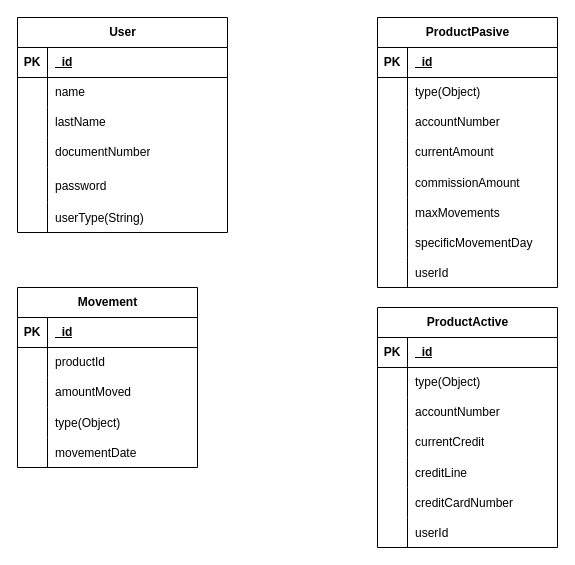
Above: Diagrama de base de datos.drawio in Bootcamp49/Diagrams (draw.io), before the change. Source tidied: cells renumbered, new cells numbered last; positions are measured from the earlier drawing's top-left corner, leaving out a move shared by most shapes. Both pictures are drawn from the tidied source at 100%, with x=0, y=0 at pixel (17, 17).
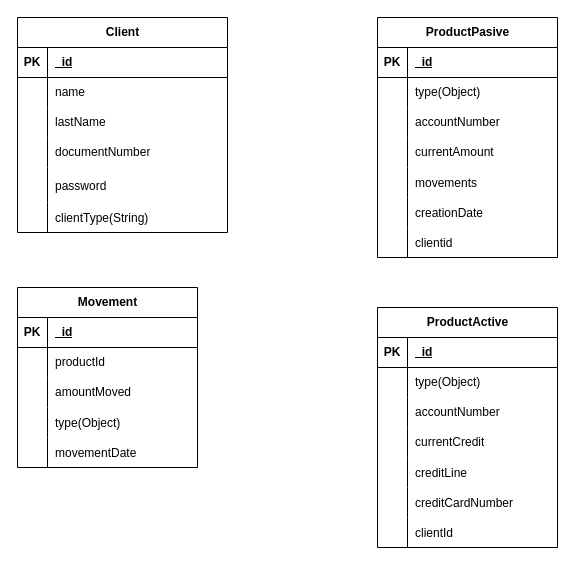
After the change.

Commit message (it also covers changes not shown here):
Updated field in DB diagram

The change refers to these unchanged cells:
```xml
<mxCell id="46" style="shape=tableRow;horizontal=0;startSize=0;swimlaneHead=0;swimlaneBody=0;fillColor=none;top=0;left=0;right=0;bottom=0;" parent="27" vertex="1">
  <mxGeometry y="210" width="180" height="30" as="geometry" />
</mxCell>
<mxCell id="65" style="shape=tableRow;horizontal=0;startSize=0;swimlaneHead=0;swimlaneBody=0;fillColor=none;top=0;left=0;right=0;bottom=0;" parent="49" vertex="1">
  <mxGeometry y="185" width="210" height="30" as="geometry" />
</mxCell>
```

Diff of the diagram source:
```diff
@@
     <mxCell id="2" value="ProductPasive" style="shape=table;startSize=30;childLayout=tableLayout;rowLines=0;fontStyle=1;align=center;html=1;" parent="1" vertex="1">
-      <mxGeometry x="360" width="180" height="270" as="geometry" />
+      <mxGeometry x="360" width="180" height="240" as="geometry" />
     </mxCell>
@@
-    <mxCell id="15" style="shape=tableRow;horizontal=0;startSize=0;swimlaneHead=0;swimlaneBody=0;fillColor=none;top=0;left=0;right=0;bottom=0;" parent="2" vertex="1">
-      <mxGeometry y="150" width="180" height="30" as="geometry" />
-    </mxCell>
-    <mxCell id="16" style="shape=partialRectangle;fillColor=none;top=0;left=0;bottom=0;right=0;overflow=hidden;" parent="15" vertex="1">
-      <mxGeometry width="30" height="30" as="geometry" />
-    </mxCell>
-    <mxCell id="17" value="commissionAmount" style="shape=partialRectangle;fillColor=none;top=0;left=0;bottom=0;right=0;align=left;spacingLeft=6;overflow=hidden;" parent="15" vertex="1">
-      <mxGeometry x="30" width="150" height="30" as="geometry" />
-    </mxCell>
     <mxCell id="18" style="shape=tableRow;horizontal=0;startSize=0;swimlaneHead=0;swimlaneBody=0;fillColor=none;top=0;left=0;right=0;bottom=0;" parent="2" vertex="1">
-      <mxGeometry y="180" width="180" height="30" as="geometry" />
+      <mxGeometry y="150" width="180" height="30" as="geometry" />
     </mxCell>
@@
-    <mxCell id="20" value="maxMovements" style="shape=partialRectangle;fillColor=none;top=0;left=0;bottom=0;right=0;align=left;spacingLeft=6;overflow=hidden;" parent="18" vertex="1">
+    <mxCell id="20" value="movements" style="shape=partialRectangle;fillColor=none;top=0;left=0;bottom=0;right=0;align=left;spacingLeft=6;overflow=hidden;" parent="18" vertex="1">
       <mxGeometry x="30" width="150" height="30" as="geometry" />
     </mxCell>
     <mxCell id="21" style="shape=tableRow;horizontal=0;startSize=0;swimlaneHead=0;swimlaneBody=0;fillColor=none;top=0;left=0;right=0;bottom=0;" parent="2" vertex="1">
-      <mxGeometry y="210" width="180" height="30" as="geometry" />
+      <mxGeometry y="180" width="180" height="30" as="geometry" />
     </mxCell>
@@
-    <mxCell id="23" value="specificMovementDay" style="shape=partialRectangle;fillColor=none;top=0;left=0;bottom=0;right=0;align=left;spacingLeft=6;overflow=hidden;" parent="21" vertex="1">
+    <mxCell id="23" value="creationDate" style="shape=partialRectangle;fillColor=none;top=0;left=0;bottom=0;right=0;align=left;spacingLeft=6;overflow=hidden;" parent="21" vertex="1">
       <mxGeometry x="30" width="150" height="30" as="geometry" />
     </mxCell>
     <mxCell id="24" style="shape=tableRow;horizontal=0;startSize=0;swimlaneHead=0;swimlaneBody=0;fillColor=none;top=0;left=0;right=0;bottom=0;" parent="2" vertex="1">
-      <mxGeometry y="240" width="180" height="30" as="geometry" />
+      <mxGeometry y="210" width="180" height="30" as="geometry" />
     </mxCell>
@@
-    <mxCell id="26" value="userId" style="shape=partialRectangle;fillColor=none;top=0;left=0;bottom=0;right=0;align=left;spacingLeft=6;overflow=hidden;" parent="24" vertex="1">
+    <mxCell id="26" value="clientid" style="shape=partialRectangle;fillColor=none;top=0;left=0;bottom=0;right=0;align=left;spacingLeft=6;overflow=hidden;" parent="24" vertex="1">
       <mxGeometry x="30" width="150" height="30" as="geometry" />
     </mxCell>
@@
-    <mxCell id="48" value="userId" style="shape=partialRectangle;fillColor=none;top=0;left=0;bottom=0;right=0;align=left;spacingLeft=6;overflow=hidden;" parent="46" vertex="1">
+    <mxCell id="48" value="clientId" style="shape=partialRectangle;fillColor=none;top=0;left=0;bottom=0;right=0;align=left;spacingLeft=6;overflow=hidden;" parent="46" vertex="1">
       <mxGeometry x="30" width="150" height="30" as="geometry" />
     </mxCell>
-    <mxCell id="49" value="User" style="shape=table;startSize=30;childLayout=tableLayout;rowLines=0;fontStyle=1;align=center;html=1;" parent="1" vertex="1">
+    <mxCell id="49" value="Client" style="shape=table;startSize=30;childLayout=tableLayout;rowLines=0;fontStyle=1;align=center;html=1;" parent="1" vertex="1">
       <mxGeometry width="210" height="215" as="geometry" />
     </mxCell>
@@
-    <mxCell id="67" value="userType(String)" style="shape=partialRectangle;fillColor=none;top=0;left=0;bottom=0;right=0;align=left;spacingLeft=6;overflow=hidden;" parent="65" vertex="1">
+    <mxCell id="67" value="clientType(String)" style="shape=partialRectangle;fillColor=none;top=0;left=0;bottom=0;right=0;align=left;spacingLeft=6;overflow=hidden;" parent="65" vertex="1">
       <mxGeometry x="30" width="180" height="30" as="geometry" />
     </mxCell>
```
